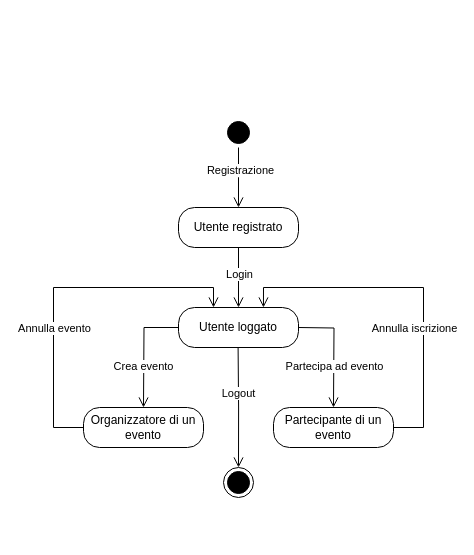
Earlier version of the draw.io diagram state1.drawio (alexbnls/progetto-is). Source tidied: cells renumbered, new cells numbered last; positions are measured from the earlier drawing's top-left corner, leaving out a move shared by most shapes. Both pictures are drawn from the tidied source at 100%, with x=0, y=0 at pixel (53, 117).
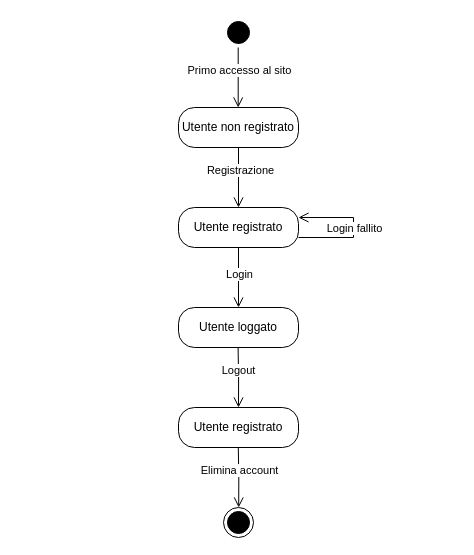
After the change.

The change refers to these unchanged cells:
```xml
<mxCell id="6" value="Utente registrato" style="rounded=1;whiteSpace=wrap;html=1;arcSize=40;" parent="1" vertex="1">
  <mxGeometry x="125" y="90" width="120" height="40" as="geometry" />
</mxCell>
<mxCell id="9" value="&lt;div&gt;Utente loggato&lt;/div&gt;" style="rounded=1;whiteSpace=wrap;html=1;arcSize=40;" parent="1" vertex="1">
  <mxGeometry x="125" y="190" width="120" height="40" as="geometry" />
</mxCell>
```

The edit, as a diff of the source:
```diff
@@
     <mxCell id="2" style="ellipse;html=1;shape=startState;fillColor=#000000;" parent="1" vertex="1">
-      <mxGeometry x="170" width="30" height="30" as="geometry" />
+      <mxGeometry x="170" y="-100" width="30" height="30" as="geometry" />
     </mxCell>
-    <mxCell id="3" style="edgeStyle=orthogonalEdgeStyle;html=1;verticalAlign=bottom;endArrow=open;endSize=8;rounded=0;" parent="1" edge="1" source="2">
+    <mxCell id="3" style="edgeStyle=orthogonalEdgeStyle;html=1;verticalAlign=bottom;endArrow=open;endSize=8;rounded=0;" parent="1" edge="1">
       <mxGeometry relative="1" as="geometry">
+        <mxPoint x="185" y="30" as="sourcePoint" />
         <mxPoint x="185" y="90" as="targetPoint" />
       </mxGeometry>
     </mxCell>
@@
     <mxCell id="5" style="ellipse;html=1;shape=endState;fillColor=#000000;strokeColor=#000000;" parent="1" vertex="1">
-      <mxGeometry x="170" y="350" width="30" height="30" as="geometry" />
+      <mxGeometry x="170" y="390" width="30" height="30" as="geometry" />
     </mxCell>
@@
-    <mxCell id="10" style="edgeStyle=orthogonalEdgeStyle;html=1;verticalAlign=bottom;endArrow=open;endSize=8;rounded=0;" parent="1" edge="1" source="9">
-      <mxGeometry relative="1" as="geometry">
-        <mxPoint x="90" y="290" as="targetPoint" />
-      </mxGeometry>
-    </mxCell>
-    <mxCell id="11" value="Crea evento" style="edgeLabel;html=1;align=center;verticalAlign=middle;" parent="10" vertex="1">
-      <mxGeometry x="0.27" y="-1" relative="1" as="geometry" />
-    </mxCell>
-    <mxCell id="12" style="edgeStyle=orthogonalEdgeStyle;html=1;verticalAlign=bottom;endArrow=open;endSize=8;rounded=0;" parent="1" edge="1" target="5">
+    <mxCell id="12" style="edgeStyle=orthogonalEdgeStyle;html=1;verticalAlign=bottom;endArrow=open;endSize=8;rounded=0;" parent="1" edge="1">
       <mxGeometry relative="1" as="geometry">
         <mxPoint x="184.6" y="230" as="sourcePoint" />
+        <mxPoint x="185" y="290" as="targetPoint" />
       </mxGeometry>
     </mxCell>
@@
-    <mxCell id="14" style="edgeStyle=orthogonalEdgeStyle;html=1;verticalAlign=bottom;endArrow=open;endSize=8;rounded=0;" parent="1" edge="1">
-      <mxGeometry relative="1" as="geometry">
-        <mxPoint x="245" y="210" as="sourcePoint" />
-        <mxPoint x="280" y="290" as="targetPoint" />
-      </mxGeometry>
-    </mxCell>
-    <mxCell id="15" value="&lt;div&gt;Partecipa ad evento&lt;/div&gt;" style="edgeLabel;html=1;align=center;verticalAlign=middle;" parent="14" vertex="1">
-      <mxGeometry x="0.13" y="1" relative="1" as="geometry">
-        <mxPoint x="-1" y="8" as="offset" />
-      </mxGeometry>
-    </mxCell>
-    <mxCell id="16" value="Organizzatore di un evento" style="rounded=1;whiteSpace=wrap;html=1;arcSize=40;" parent="1" vertex="1">
-      <mxGeometry x="30" y="290" width="120" height="40" as="geometry" />
-    </mxCell>
-    <mxCell id="17" value="Partecipante di un evento" style="rounded=1;whiteSpace=wrap;html=1;arcSize=40;" parent="1" vertex="1">
-      <mxGeometry x="220" y="290" width="120" height="40" as="geometry" />
-    </mxCell>
-    <mxCell id="18" style="edgeStyle=orthogonalEdgeStyle;html=1;verticalAlign=bottom;endArrow=open;endSize=8;rounded=0;entryX=0.708;entryY=0;entryDx=0;entryDy=0;entryPerimeter=0;" parent="1" edge="1" target="9">
-      <mxGeometry relative="1" as="geometry">
-        <mxPoint x="340" y="310" as="sourcePoint" />
-        <Array as="points">
-          <mxPoint x="370" y="310" />
-          <mxPoint x="370" y="170" />
-          <mxPoint x="210" y="170" />
-        </Array>
-      </mxGeometry>
-    </mxCell>
-    <mxCell id="19" value="Annulla iscrizione" style="edgeLabel;html=1;align=center;verticalAlign=middle;" parent="18" vertex="1">
-      <mxGeometry x="0.13" y="1" relative="1" as="geometry">
-        <mxPoint x="18" y="39" as="offset" />
-      </mxGeometry>
-    </mxCell>
-    <mxCell id="20" style="edgeStyle=orthogonalEdgeStyle;html=1;verticalAlign=bottom;endArrow=open;endSize=8;rounded=0;entryX=0.708;entryY=0;entryDx=0;entryDy=0;entryPerimeter=0;" parent="1" edge="1">
-      <mxGeometry relative="1" as="geometry">
-        <mxPoint x="30" y="310" as="sourcePoint" />
-        <mxPoint x="160" y="190" as="targetPoint" />
-        <Array as="points">
-          <mxPoint y="310" />
-          <mxPoint y="170" />
-          <mxPoint x="160" y="170" />
-        </Array>
-      </mxGeometry>
-    </mxCell>
-    <mxCell id="21" value="Annulla evento" style="edgeLabel;html=1;align=center;verticalAlign=middle;" parent="20" vertex="1">
-      <mxGeometry x="0.13" y="1" relative="1" as="geometry">
-        <mxPoint x="-28" y="41" as="offset" />
-      </mxGeometry>
-    </mxCell>
+    <mxCell id="22" value="Utente non registrato" style="rounded=1;whiteSpace=wrap;html=1;arcSize=40;" parent="1" vertex="1">
+      <mxGeometry x="125" y="-10" width="120" height="40" as="geometry" />
+    </mxCell>
+    <mxCell id="23" style="edgeStyle=orthogonalEdgeStyle;html=1;verticalAlign=bottom;endArrow=open;endSize=8;rounded=0;" parent="1" edge="1">
+      <mxGeometry relative="1" as="geometry">
+        <mxPoint x="184.7" y="-70" as="sourcePoint" />
+        <mxPoint x="184.7" y="-10" as="targetPoint" />
+      </mxGeometry>
+    </mxCell>
+    <mxCell id="24" value="Primo accesso al sito" style="edgeLabel;html=1;align=center;verticalAlign=middle;" parent="23" vertex="1">
+      <mxGeometry x="-0.27" y="1" relative="1" as="geometry" />
+    </mxCell>
+    <mxCell id="25" style="edgeStyle=orthogonalEdgeStyle;html=1;verticalAlign=bottom;endArrow=open;endSize=8;rounded=0;entryX=1;entryY=0.25;entryDx=0;entryDy=0;" parent="1" edge="1" target="6">
+      <mxGeometry relative="1" as="geometry">
+        <mxPoint x="245" y="120" as="sourcePoint" />
+        <Array as="points">
+          <mxPoint x="300" y="120" />
+          <mxPoint x="300" y="100" />
+        </Array>
+      </mxGeometry>
+    </mxCell>
+    <mxCell id="26" value="Login fallito" style="edgeLabel;html=1;align=center;verticalAlign=middle;" parent="25" vertex="1">
+      <mxGeometry x="-0.14" relative="1" as="geometry">
+        <mxPoint y="-9" as="offset" />
+      </mxGeometry>
+    </mxCell>
+    <mxCell id="27" value="Utente registrato" style="rounded=1;whiteSpace=wrap;html=1;arcSize=40;" parent="1" vertex="1">
+      <mxGeometry x="125" y="290" width="120" height="40" as="geometry" />
+    </mxCell>
+    <mxCell id="28" style="edgeStyle=orthogonalEdgeStyle;html=1;verticalAlign=bottom;endArrow=open;endSize=8;rounded=0;" parent="1" edge="1">
+      <mxGeometry relative="1" as="geometry">
+        <mxPoint x="184.8" y="330" as="sourcePoint" />
+        <mxPoint x="185.2" y="390" as="targetPoint" />
+      </mxGeometry>
+    </mxCell>
+    <mxCell id="29" value="Elimina account" style="edgeLabel;html=1;align=center;verticalAlign=middle;" parent="28" vertex="1">
+      <mxGeometry x="-0.23" y="2" relative="1" as="geometry">
+        <mxPoint x="-2" as="offset" />
+      </mxGeometry>
+    </mxCell>
```
